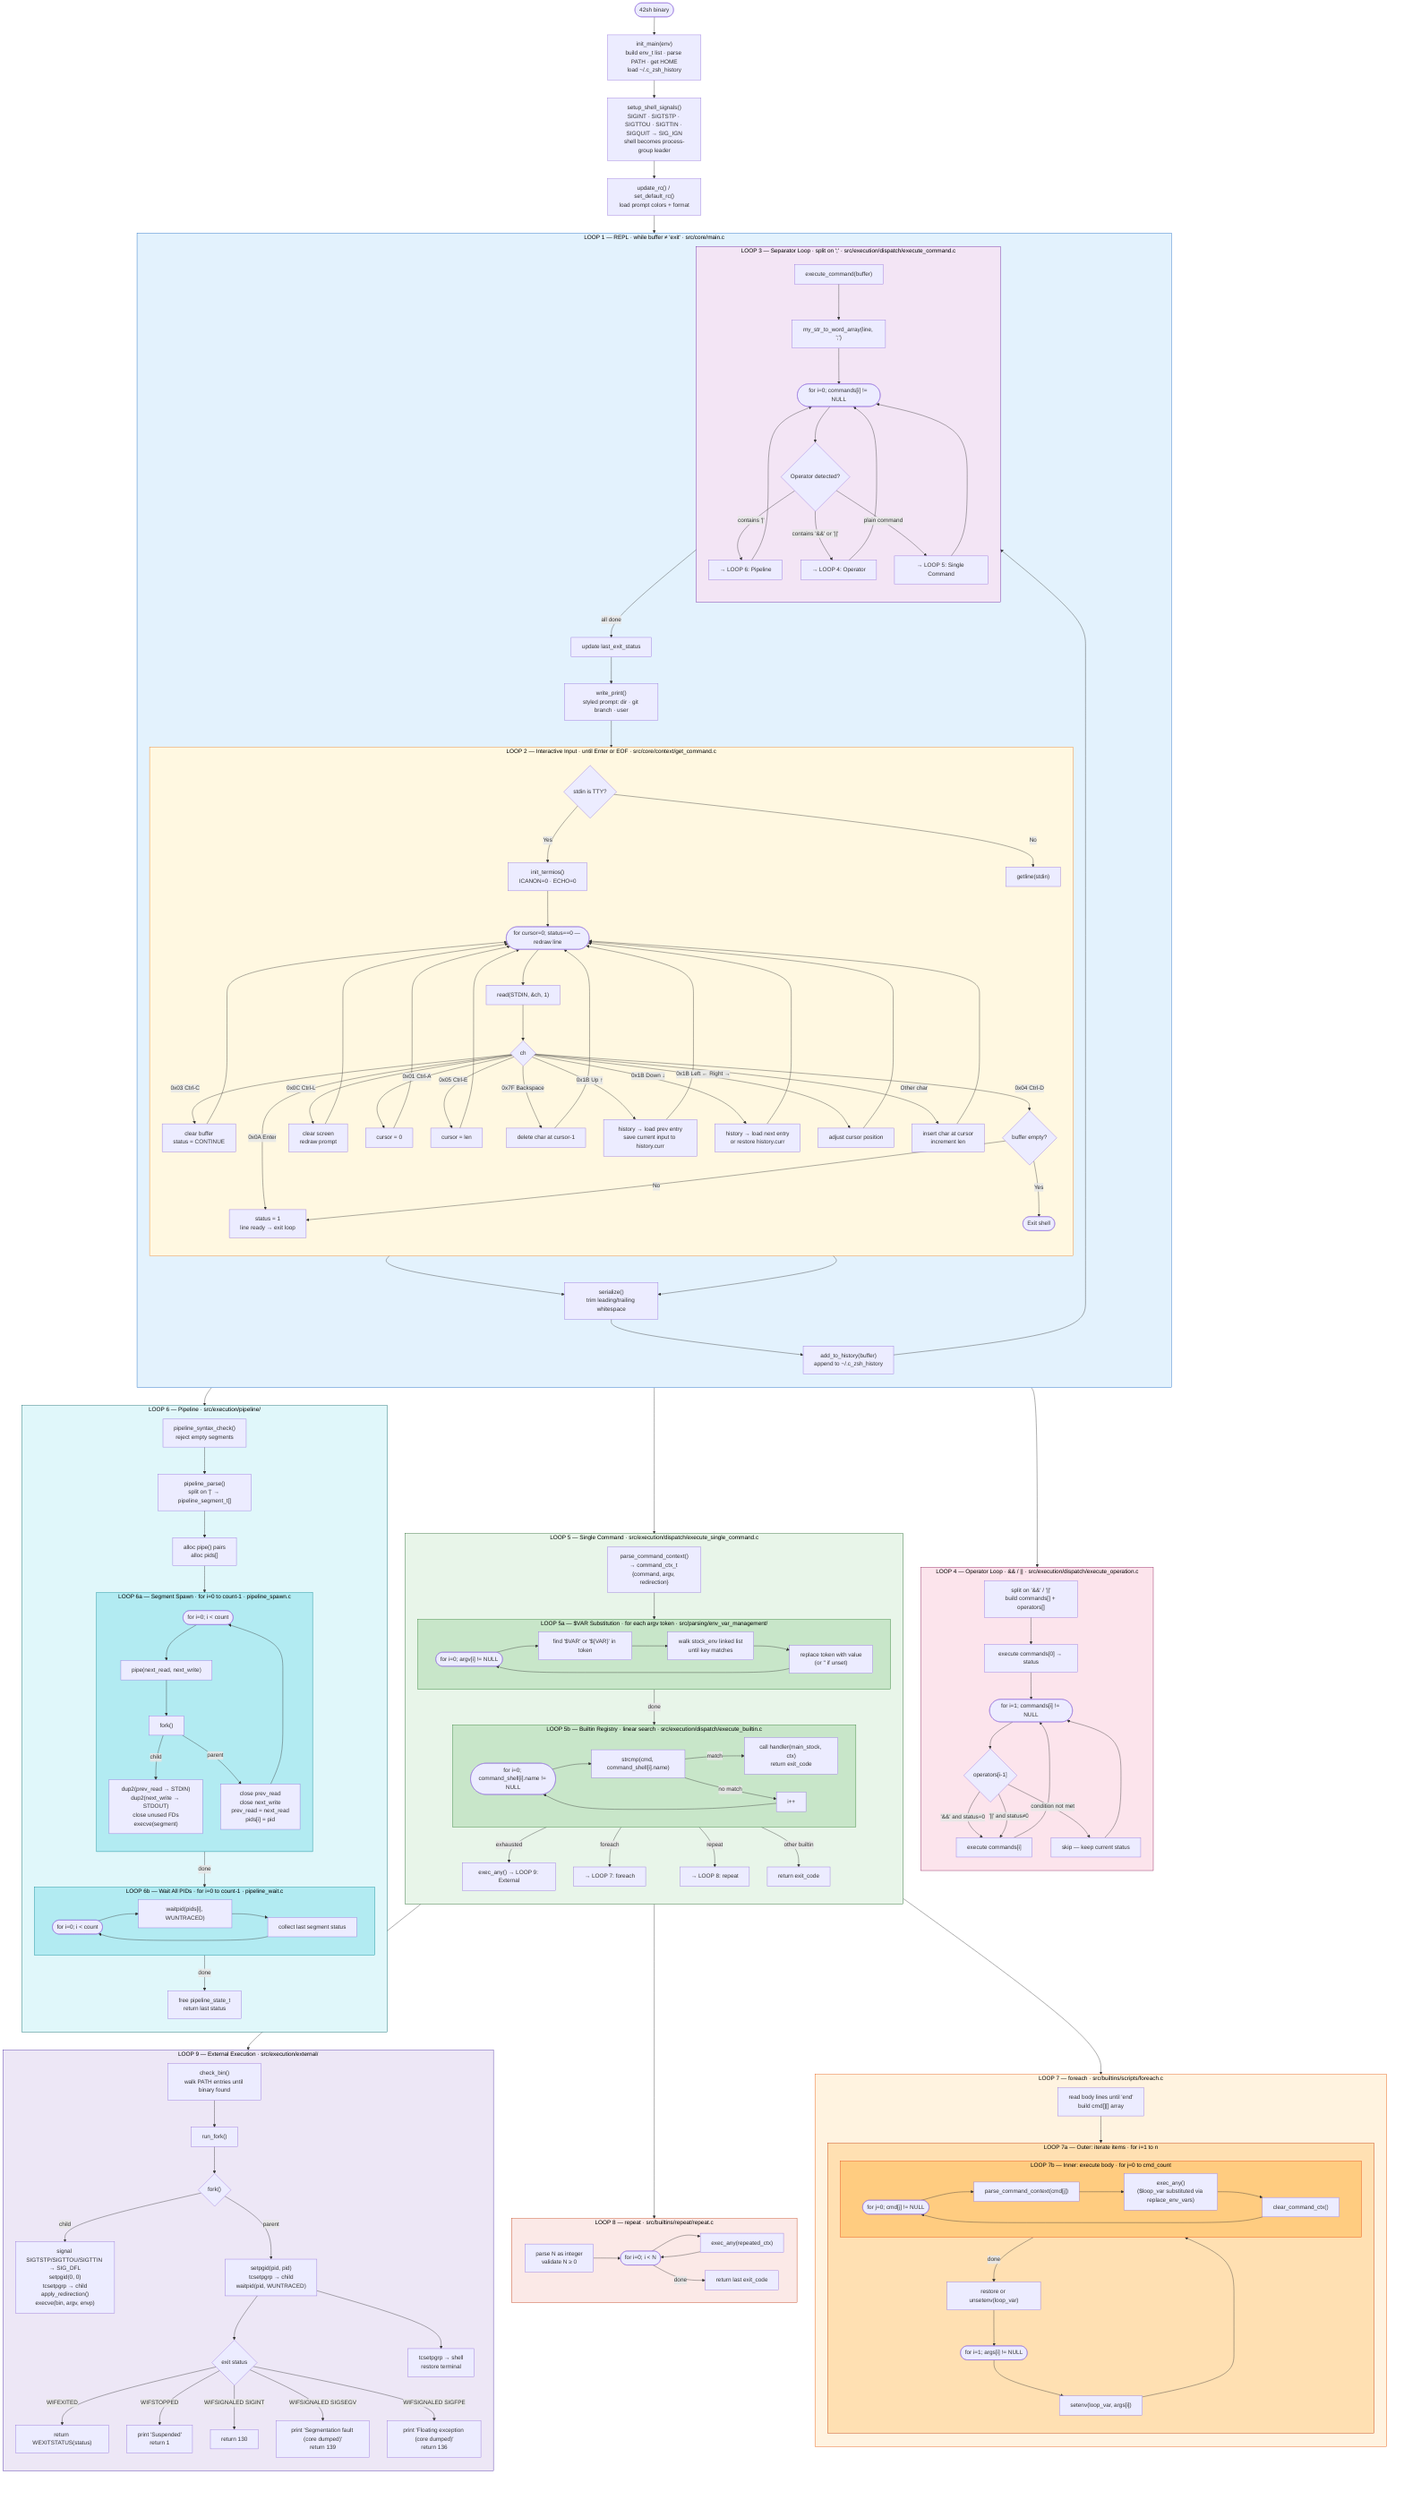
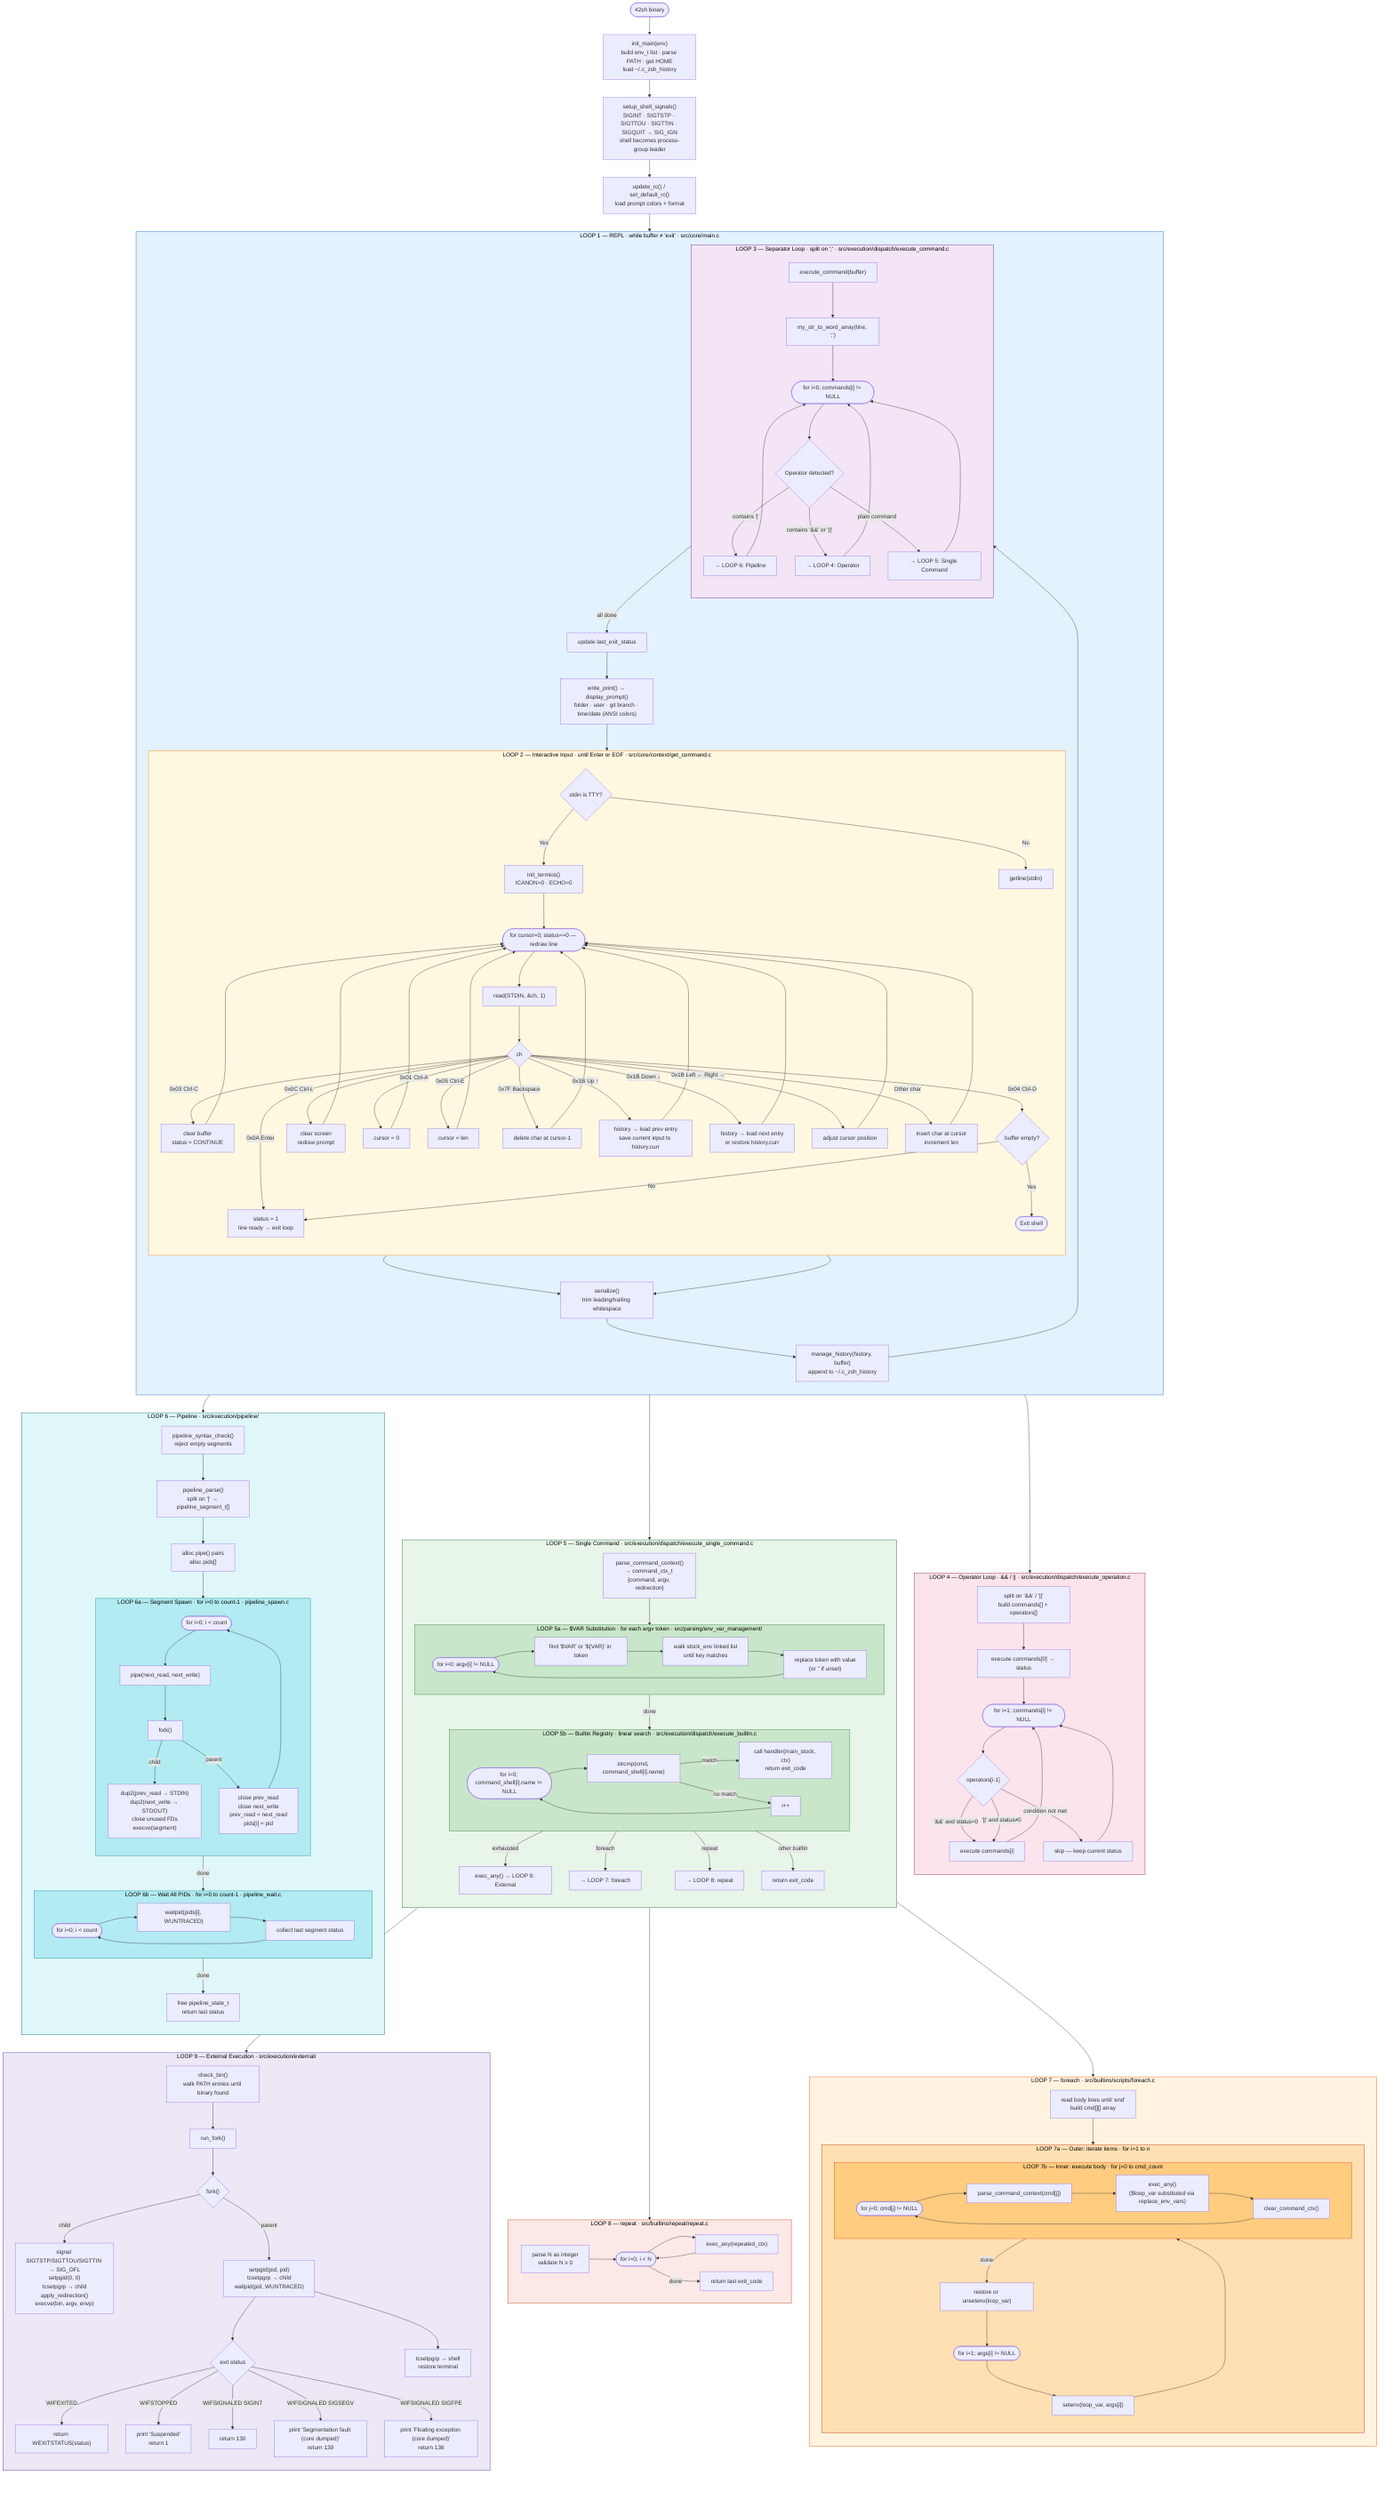
flowchart TD
    %% 42sh — Architecture & Execution Flow
    %% All loops and inner loops from startup to exit-code return.
    %% Render: mmdc -i ARCHITECTURE_DIAGRAM.mmd -o diagram.svg

    %% ─────────────────────────────────────────────────────────────────
    %% STARTUP
    %% ─────────────────────────────────────────────────────────────────
    START([42sh binary])
    START --> INIT["init_main(env)\nbuild env_t list · parse PATH · get HOME\nload ~/.c_zsh_history"]
    INIT --> SIGS["setup_shell_signals()\nSIGINT · SIGTSTP · SIGTTOU · SIGTTIN · SIGQUIT → SIG_IGN\nshell becomes process-group leader"]
    SIGS --> RC["update_rc() / set_default_rc()\nload prompt colors + format"]
    RC --> PROMPT_DRAW

    %% ─────────────────────────────────────────────────────────────────
    %% LOOP 1 — REPL (main.c)
    %% ─────────────────────────────────────────────────────────────────
    subgraph REPL ["LOOP 1 — REPL  ·  while buffer ≠ 'exit'  ·  src/core/main.c"]
        direction TB

-         PROMPT_DRAW["write_print()\nstyled prompt: dir · git branch · user"]
+         PROMPT_DRAW["write_print() → display_prompt()\nfolder · user · git branch · time/date (ANSI colors)"]
        PROMPT_DRAW --> TTY_CHECK

        %% ─────────────────────────────────────────────────────────────
        %% LOOP 2 — Interactive Input (get_command.c)
        %% ─────────────────────────────────────────────────────────────
        subgraph INPUT ["LOOP 2 — Interactive Input  ·  until Enter or EOF  ·  src/core/context/get_command.c"]
            direction TB
            TTY_CHECK{stdin is TTY?}
            TTY_CHECK -->|Yes| RAW["init_termios()\nICANON=0 · ECHO=0"]
            RAW --> CHAR_LOOP(["for cursor=0; status==0 — redraw line"])
            CHAR_LOOP --> READ["read(STDIN, &ch, 1)"]
            READ --> KEY{ch}

            KEY -->|"0x0A  Enter"| LINE_READY["status = 1\nline ready → exit loop"]
            KEY -->|"0x03  Ctrl-C"| CTRLC["clear buffer\nstatus = CONTINUE"]
            CTRLC --> CHAR_LOOP
            KEY -->|"0x04  Ctrl-D"| CTRLD{buffer empty?}
            CTRLD -->|Yes| SHELL_EXIT([Exit shell])
            CTRLD -->|No| LINE_READY
            KEY -->|"0x0C  Ctrl-L"| CTRLL["clear screen\nredraw prompt"]
            CTRLL --> CHAR_LOOP
            KEY -->|"0x01  Ctrl-A"| CTRLA["cursor = 0"]
            CTRLA --> CHAR_LOOP
            KEY -->|"0x05  Ctrl-E"| CTRLE["cursor = len"]
            CTRLE --> CHAR_LOOP
            KEY -->|"0x7F  Backspace"| BACK["delete char at cursor-1"]
            BACK --> CHAR_LOOP
            KEY -->|"0x1B  Up ↑"| HIST_UP["history → load prev entry\nsave current input to history.curr"]
            HIST_UP --> CHAR_LOOP
            KEY -->|"0x1B  Down ↓"| HIST_DOWN["history → load next entry\nor restore history.curr"]
            HIST_DOWN --> CHAR_LOOP
            KEY -->|"0x1B  Left ←  Right →"| CURSOR_MOVE["adjust cursor position"]
            CURSOR_MOVE --> CHAR_LOOP
            KEY -->|Other char| APPEND["insert char at cursor\nincrement len"]
            APPEND --> CHAR_LOOP

            TTY_CHECK -->|No| GETLINE["getline(stdin)"]
        end

        LINE_READY --> SERIALIZE["serialize()\ntrim leading/trailing whitespace"]
        GETLINE --> SERIALIZE
-         SERIALIZE --> ADD_HIST["add_to_history(buffer)\nappend to ~/.c_zsh_history"]
+         SERIALIZE --> ADD_HIST["manage_history(history, buffer)\nappend to ~/.c_zsh_history"]
        ADD_HIST --> EXEC_CMD["execute_command(buffer)"]

        %% ─────────────────────────────────────────────────────────────
        %% LOOP 3 — Separator (execute_command.c)
        %% ─────────────────────────────────────────────────────────────
        subgraph SEP ["LOOP 3 — Separator Loop  ·  split on ';'  ·  src/execution/dispatch/execute_command.c"]
            direction TB
            EXEC_CMD --> SPLIT_SEMI["my_str_to_word_array(line, ';')"]
            SPLIT_SEMI --> SEMI_LOOP(["for i=0; commands[i] != NULL"])
            SEMI_LOOP --> DETECT{Operator detected?}
            DETECT -->|"contains '|'"| GOTO_PIPE["→ LOOP 6: Pipeline"]
            DETECT -->|"contains '&&' or '||'"| GOTO_OP["→ LOOP 4: Operator"]
            DETECT -->|plain command| GOTO_SINGLE["→ LOOP 5: Single Command"]
            GOTO_PIPE --> SEMI_LOOP
            GOTO_OP --> SEMI_LOOP
            GOTO_SINGLE --> SEMI_LOOP
        end

        SEMI_LOOP -->|all done| UPDATE_STATUS["update last_exit_status"]
        UPDATE_STATUS --> PROMPT_DRAW
    end

    %% ─────────────────────────────────────────────────────────────────
    %% LOOP 4 — Logical Operator (execute_operation.c)
    %% ─────────────────────────────────────────────────────────────────
    subgraph OPEXEC ["LOOP 4 — Operator Loop  ·  && / ||  ·  src/execution/dispatch/execute_operation.c"]
        direction TB
        GOTO_OP --> OP_SPLIT["split on '&&' / '||'\nbuild commands[] + operators[]"]
        OP_SPLIT --> OP_EXEC0["execute commands[0] → status"]
        OP_EXEC0 --> OP_LOOP(["for i=1; commands[i] != NULL"])
        OP_LOOP --> OP_CHECK{"operators[i-1]"}
        OP_CHECK -->|"'&&' and status=0"| OP_RUN["execute commands[i]"]
        OP_CHECK -->|"'||' and status≠0"| OP_RUN
        OP_CHECK -->|condition not met| OP_SKIP["skip — keep current status"]
        OP_RUN --> OP_LOOP
        OP_SKIP --> OP_LOOP
    end

    %% ─────────────────────────────────────────────────────────────────
    %% LOOP 5 — Single Command path
    %% ─────────────────────────────────────────────────────────────────
    subgraph SCMD ["LOOP 5 — Single Command  ·  src/execution/dispatch/execute_single_command.c"]
        direction TB
        GOTO_SINGLE --> PARSE_CTX["parse_command_context()\n→ command_ctx_t {command, argv, redirection}"]
        PARSE_CTX --> ENV_LOOP

        subgraph ENVLOOP ["LOOP 5a — $VAR Substitution  ·  for each argv token  ·  src/parsing/env_var_management/"]
            direction LR
            ENV_LOOP(["for i=0; argv[i] != NULL"])
            ENV_LOOP --> FIND_DOLLAR["find '$VAR' or '${VAR}' in token"]
            FIND_DOLLAR --> ENV_LOOKUP["walk stock_env linked list\nuntil key matches"]
            ENV_LOOKUP --> ENV_REPLACE["replace token with value\n(or '' if unset)"]
            ENV_REPLACE --> ENV_LOOP
        end

        ENV_LOOP -->|done| BUILTIN_REG

        subgraph BREG ["LOOP 5b — Builtin Registry  ·  linear search  ·  src/execution/dispatch/execute_builtin.c"]
            direction LR
            BUILTIN_REG(["for i=0; command_shell[i].name != NULL"])
            BUILTIN_REG --> NAME_CMP["strcmp(cmd, command_shell[i].name)"]
            NAME_CMP -->|match| CALL_BUILTIN["call handler(main_stock, ctx)\nreturn exit_code"]
            NAME_CMP -->|no match| NEXT_ENTRY["i++"]
            NEXT_ENTRY --> BUILTIN_REG
        end

        BUILTIN_REG -->|exhausted| EXEC_EXT["exec_any() → LOOP 9: External"]
        CALL_BUILTIN -->|foreach| FOREACH_ENTRY["→ LOOP 7: foreach"]
        CALL_BUILTIN -->|repeat| REPEAT_ENTRY["→ LOOP 8: repeat"]
        CALL_BUILTIN -->|other builtin| BUILTIN_DONE["return exit_code"]
    end

    %% ─────────────────────────────────────────────────────────────────
    %% LOOP 6 — Pipeline (pipeline_execute.c)
    %% ─────────────────────────────────────────────────────────────────
    subgraph PLEX ["LOOP 6 — Pipeline  ·  src/execution/pipeline/"]
        direction TB
        GOTO_PIPE --> PL_SYNTAX["pipeline_syntax_check()\nreject empty segments"]
        PL_SYNTAX --> PL_PARSE["pipeline_parse()\nsplit on '|' → pipeline_segment_t[]"]
        PL_PARSE --> PL_ALLOC["alloc pipe() pairs\nalloc pids[]"]
        PL_ALLOC --> PL_SPAWN_LOOP

        subgraph PSPAWN ["LOOP 6a — Segment Spawn  ·  for i=0 to count-1  ·  pipeline_spawn.c"]
            direction TB
            PL_SPAWN_LOOP(["for i=0; i < count"])
            PL_SPAWN_LOOP --> PL_PIPE["pipe(next_read, next_write)"]
            PL_PIPE --> PL_FORK["fork()"]
            PL_FORK -->|child| PL_CHILD["dup2(prev_read → STDIN)\ndup2(next_write → STDOUT)\nclose unused FDs\nexecve(segment)"]
            PL_FORK -->|parent| PL_PARENT["close prev_read\nclose next_write\nprev_read = next_read\npids[i] = pid"]
            PL_PARENT --> PL_SPAWN_LOOP
        end

        PL_SPAWN_LOOP -->|done| PL_WAIT_LOOP

        subgraph PWAIT ["LOOP 6b — Wait All PIDs  ·  for i=0 to count-1  ·  pipeline_wait.c"]
            direction LR
            PL_WAIT_LOOP(["for i=0; i < count"])
            PL_WAIT_LOOP --> PL_WAITPID["waitpid(pids[i], WUNTRACED)"]
            PL_WAITPID --> PL_COLLECT["collect last segment status"]
            PL_COLLECT --> PL_WAIT_LOOP
        end

        PL_WAIT_LOOP -->|done| PL_FREE["free pipeline_state_t\nreturn last status"]
    end

    %% ─────────────────────────────────────────────────────────────────
    %% LOOP 7 — foreach (foreach.c)
    %% ─────────────────────────────────────────────────────────────────
    subgraph FOREACH ["LOOP 7 — foreach  ·  src/builtins/scripts/foreach.c"]
        direction TB
        FOREACH_ENTRY --> FE_READ["read body lines until 'end'\nbuild cmd[][] array"]
        FE_READ --> FE_OUTER

        subgraph FOREACH_OUTER ["LOOP 7a — Outer: iterate items  ·  for i=1 to n"]
            direction TB
            FE_OUTER(["for i=1; args[i] != NULL"])
            FE_OUTER --> FE_SETVAR["setenv(loop_var, args[i])"]
            FE_SETVAR --> FE_INNER

            subgraph FOREACH_INNER ["LOOP 7b — Inner: execute body  ·  for j=0 to cmd_count"]
                direction LR
                FE_INNER(["for j=0; cmd[j] != NULL"])
                FE_INNER --> FE_PARSE["parse_command_context(cmd[j])"]
                FE_PARSE --> FE_EXEC["exec_any()\n($loop_var substituted via replace_env_vars)"]
                FE_EXEC --> FE_CLEAR["clear_command_ctx()"]
                FE_CLEAR --> FE_INNER
            end

            FE_INNER -->|done| FE_RESTORE["restore or unsetenv(loop_var)"]
            FE_RESTORE --> FE_OUTER
        end
    end

    %% ─────────────────────────────────────────────────────────────────
    %% LOOP 8 — repeat (repeat.c)
    %% ─────────────────────────────────────────────────────────────────
    subgraph REPEAT ["LOOP 8 — repeat  ·  src/builtins/repeat/repeat.c"]
        direction LR
        REPEAT_ENTRY --> RP_PARSE["parse N as integer\nvalidate N ≥ 0"]
        RP_PARSE --> RP_LOOP(["for i=0; i < N"])
        RP_LOOP --> RP_EXEC["exec_any(repeated_ctx)"]
        RP_EXEC --> RP_LOOP
        RP_LOOP -->|done| RP_RET["return last exit_code"]
    end

    %% ─────────────────────────────────────────────────────────────────
    %% LOOP 9 — External Execution (run_fork.c)
    %% ─────────────────────────────────────────────────────────────────
    subgraph FORKEXEC ["LOOP 9 — External Execution  ·  src/execution/external/"]
        direction TB
        EXEC_EXT --> CB["check_bin()\nwalk PATH entries until binary found"]
        CB --> RF["run_fork()"]
        RF --> FK{"fork()"}

        FK -->|child| FK_CHILD["signal SIGTSTP/SIGTTOU/SIGTTIN → SIG_DFL\nsetpgid(0, 0)\ntcsetpgrp → child\napply_redirection()\nexecve(bin, argv, envp)"]

        FK -->|parent| FK_PARENT["setpgid(pid, pid)\ntcsetpgrp → child\nwaitpid(pid, WUNTRACED)"]
        FK_PARENT --> FK_STATUS{exit status}
        FK_STATUS -->|WIFEXITED| FK_EXIT["return WEXITSTATUS(status)"]
        FK_STATUS -->|WIFSTOPPED| FK_STOP["print 'Suspended'\nreturn 1"]
        FK_STATUS -->|"WIFSIGNALED SIGINT"| FK_SIGINT["return 130"]
        FK_STATUS -->|"WIFSIGNALED SIGSEGV"| FK_SEGV["print 'Segmentation fault (core dumped)'\nreturn 139"]
        FK_STATUS -->|"WIFSIGNALED SIGFPE"| FK_FPE["print 'Floating exception (core dumped)'\nreturn 136"]
        FK_PARENT --> FK_RESTORE["tcsetpgrp → shell\nrestore terminal"]
    end

    %% ─────────────────────────────────────────────────────────────────
    %% Styles
    %% ─────────────────────────────────────────────────────────────────
    style REPL         fill:#e3f2fd,stroke:#1565c0,color:#000
    style INPUT        fill:#fff8e1,stroke:#f57f17,color:#000
    style SEP          fill:#f3e5f5,stroke:#6a1b9a,color:#000
    style OPEXEC       fill:#fce4ec,stroke:#880e4f,color:#000
    style SCMD         fill:#e8f5e9,stroke:#1b5e20,color:#000
    style ENVLOOP      fill:#c8e6c9,stroke:#2e7d32,color:#000
    style BREG         fill:#c8e6c9,stroke:#2e7d32,color:#000
    style PLEX         fill:#e0f7fa,stroke:#006064,color:#000
    style PSPAWN       fill:#b2ebf2,stroke:#00838f,color:#000
    style PWAIT        fill:#b2ebf2,stroke:#00838f,color:#000
    style FOREACH      fill:#fff3e0,stroke:#e65100,color:#000
    style FOREACH_OUTER fill:#ffe0b2,stroke:#bf360c,color:#000
    style FOREACH_INNER fill:#ffcc80,stroke:#e64a19,color:#000
    style REPEAT       fill:#fbe9e7,stroke:#bf360c,color:#000
    style FORKEXEC     fill:#ede7f6,stroke:#4527a0,color:#000
